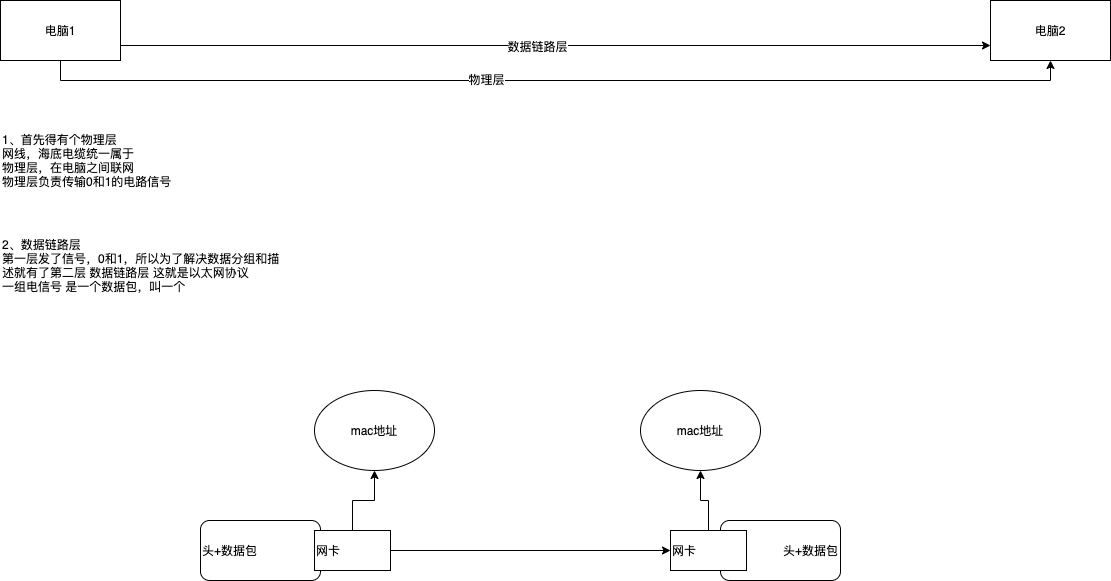
This is cs/tcp-ip-model.png from sivanbil/architecthure-diagram, a draw.io export, as it was before one commit. Source tidied: cells renumbered, new cells last; positions are measured from the earlier drawing's top-left corner, leaving out a move shared by most shapes.
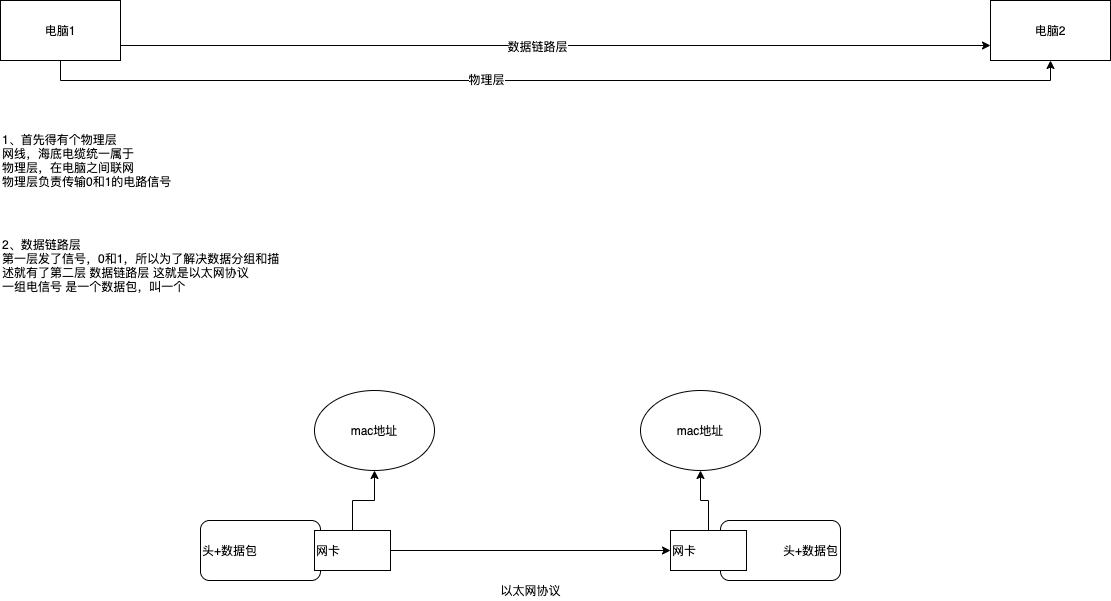
After the commit.

The edit, as a diff of the source:
```diff
@@ -53,5 +53,8 @@
     <mxCell id="18" value="mac地址" style="ellipse;whiteSpace=wrap;html=1;align=center;" parent="1" vertex="1">
       <mxGeometry x="640" y="390" width="120" height="80" as="geometry" />
     </mxCell>
+    <mxCell id="19" value="以太网协议" style="text;html=1;align=center;verticalAlign=middle;strokeColor=none;" parent="1" vertex="1">
+      <mxGeometry x="490" y="580" width="80" height="20" as="geometry" />
+    </mxCell>
   </root>
 </mxGraphModel>
```
